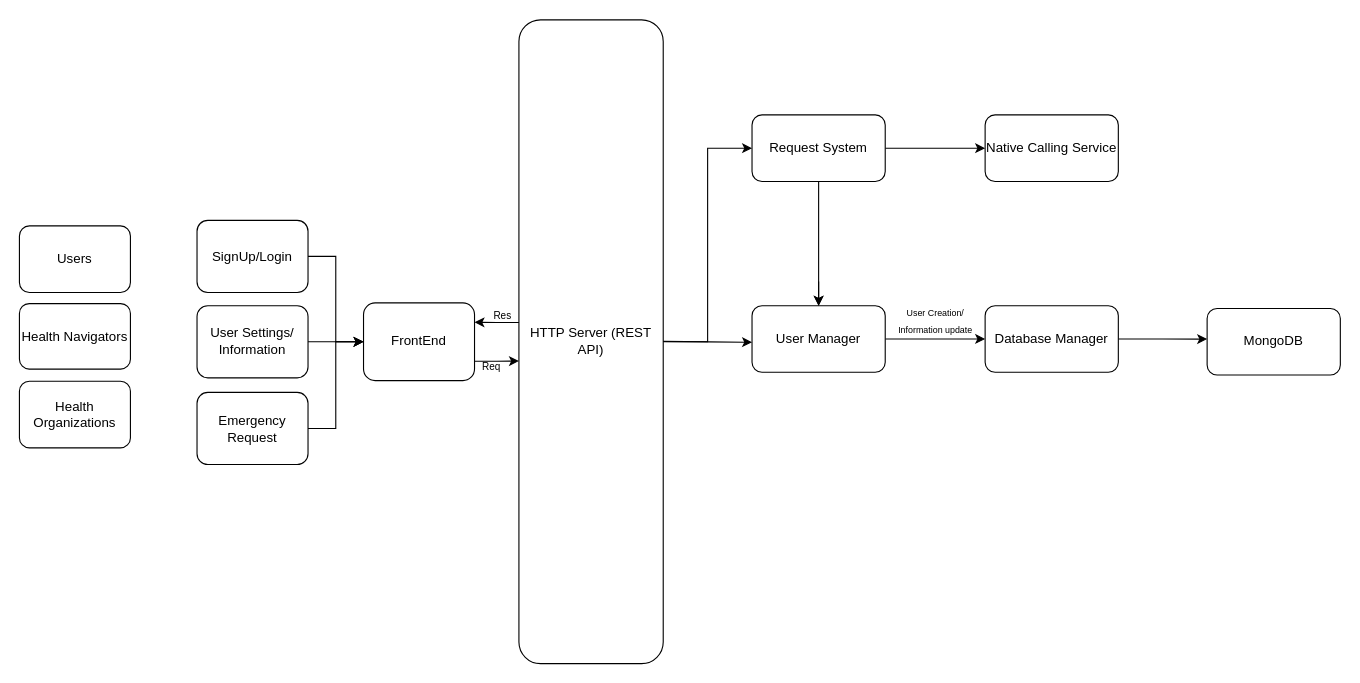
Before: Untitled Diagram.drawio in reiji77/System-Architecture-Diagram-Comp3900, a draw.io diagram. Source tidied: cells renumbered, new cells numbered last; positions are measured from the earlier drawing's top-left corner, leaving out a move shared by most shapes. Both pictures are drawn from the tidied source at 111%, with x=0, y=0 at pixel (19, 19).
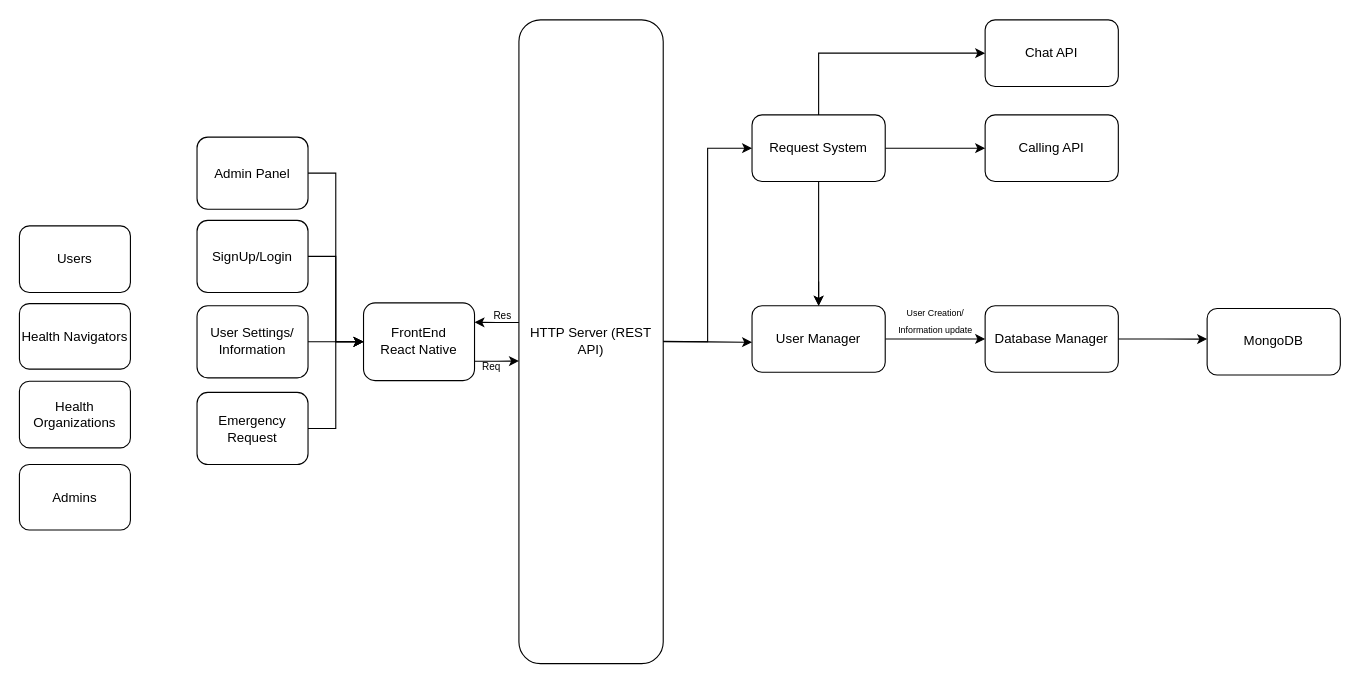
Above is the later version.

Unchanged cells that the change refers to:
```xml
<mxCell id="22" value="Request System" style="rounded=1;whiteSpace=wrap;html=1;" parent="1" vertex="1">
  <mxGeometry x="660" y="86" width="120" height="60" as="geometry" />
</mxCell>
```

The edit, as a diff of the source:
```diff
@@
-    <mxCell id="2" value="FrontEnd" style="rounded=1;whiteSpace=wrap;html=1;" parent="1" vertex="1">
+    <mxCell id="2" value="FrontEnd&lt;div&gt;React Native&lt;/div&gt;" style="rounded=1;whiteSpace=wrap;html=1;" parent="1" vertex="1">
       <mxGeometry x="310" y="255.4" width="100" height="70" as="geometry" />
     </mxCell>
@@
+    <mxCell id="30" style="edgeStyle=orthogonalEdgeStyle;rounded=0;jettySize=auto;html=1;exitX=0.5;exitY=0;exitDx=0;exitDy=0;entryX=0;entryY=0.5;entryDx=0;entryDy=0;" parent="1" edge="1" source="22" target="34">
+      <mxGeometry relative="1" as="geometry" />
+    </mxCell>
@@
-    <mxCell id="23" value="Native Calling Service" style="rounded=1;whiteSpace=wrap;html=1;" parent="1" vertex="1">
+    <mxCell id="23" value="Calling API" style="rounded=1;whiteSpace=wrap;html=1;" parent="1" vertex="1">
       <mxGeometry x="870" y="86" width="120" height="60" as="geometry" />
     </mxCell>
@@
+    <mxCell id="31" value="Admins" style="rounded=1;whiteSpace=wrap;html=1;" parent="1" vertex="1">
+      <mxGeometry y="401" width="100" height="59" as="geometry" />
+    </mxCell>
+    <mxCell id="32" style="edgeStyle=orthogonalEdgeStyle;rounded=0;jettySize=auto;html=1;exitX=1;exitY=0.5;exitDx=0;exitDy=0;entryX=0;entryY=0.5;entryDx=0;entryDy=0;" parent="1" edge="1" source="33" target="2">
+      <mxGeometry relative="1" as="geometry" />
+    </mxCell>
+    <mxCell id="33" value="Admin Panel" style="rounded=1;whiteSpace=wrap;html=1;" parent="1" vertex="1">
+      <mxGeometry x="160" y="106" width="100" height="65" as="geometry" />
+    </mxCell>
+    <mxCell id="34" value="Chat API" style="rounded=1;whiteSpace=wrap;html=1;" parent="1" vertex="1">
+      <mxGeometry x="870" y="0.4" width="120" height="60" as="geometry" />
+    </mxCell>
```
